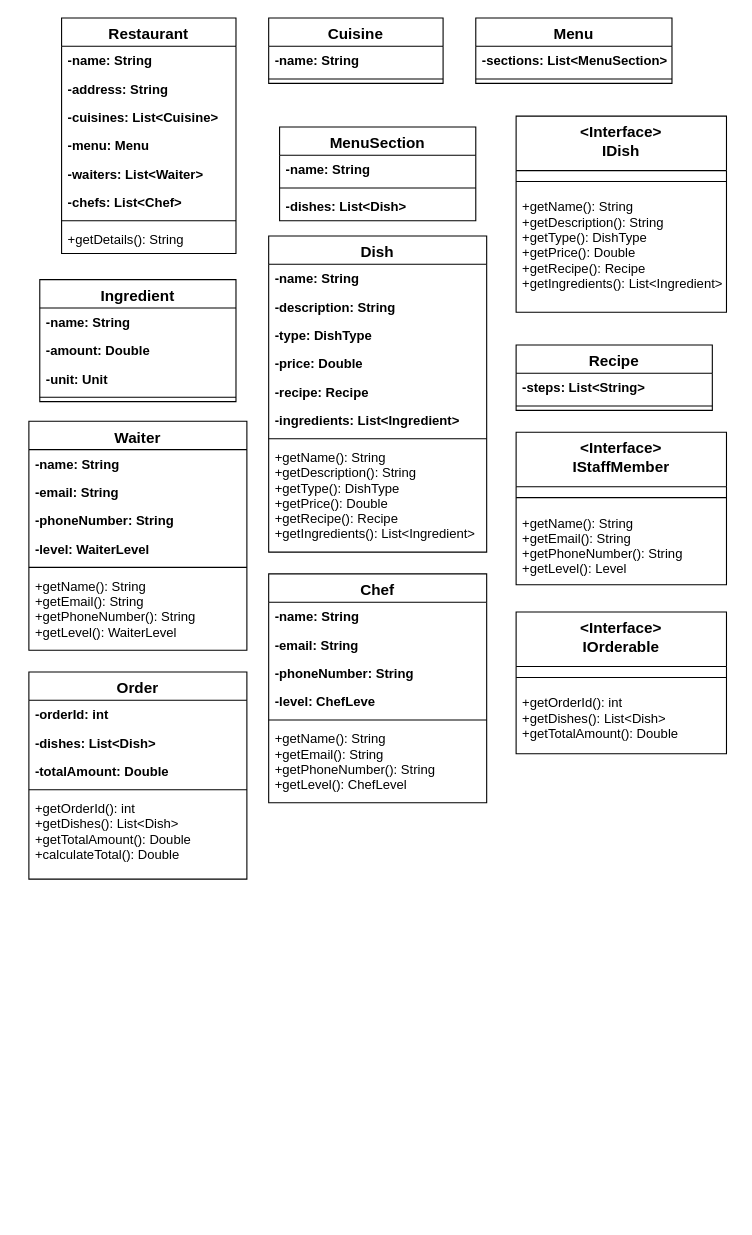
This is Restaurant Management System Class Diagram.drawio from geeky-sanjay/class-diagrams, a draw.io file, before an edit. Source tidied: cells renumbered, new cells numbered last; positions are measured from the earlier drawing's top-left corner, leaving out a move shared by most shapes. Both pictures are drawn from the tidied source at 109%, with x=0, y=0 at pixel (28, 17).
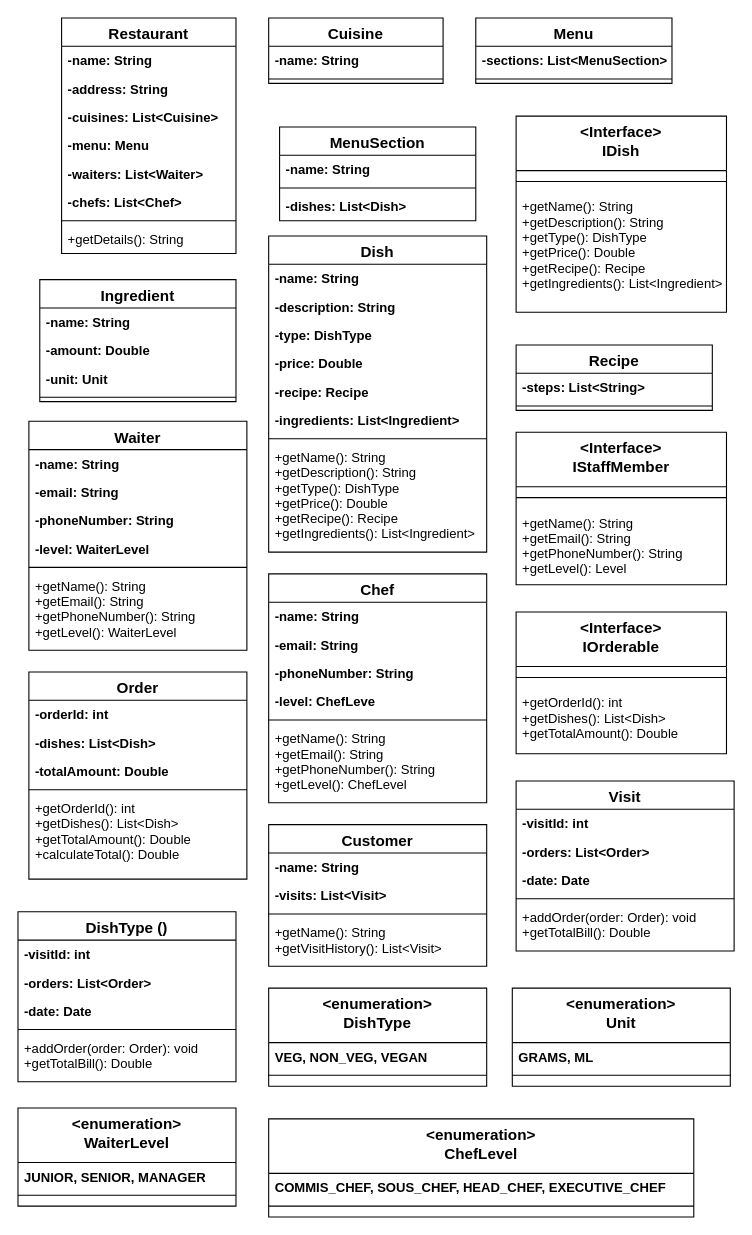
After the change.

What changed in the source:
```diff
@@
+    <mxCell id="67" value="Customer" style="swimlane;fontStyle=1;align=center;verticalAlign=top;horizontal=1;startSize=26;rounded=0;shadow=0;strokeWidth=1;fontSize=14;" parent="1" vertex="1">
+      <mxGeometry x="220" y="740" width="200" height="130" as="geometry" />
+    </mxCell>
+    <mxCell id="68" value="-name: String&#10;" style="text;align=left;verticalAlign=top;spacingLeft=4;spacingRight=4;overflow=hidden;fontStyle=1;" parent="67" vertex="1">
+      <mxGeometry y="26" width="200" height="26" as="geometry" />
+    </mxCell>
+    <mxCell id="69" value="-visits: List&lt;Visit&gt;" style="text;align=left;verticalAlign=top;spacingLeft=4;spacingRight=4;overflow=hidden;rounded=0;shadow=0;html=0;fontStyle=1;" parent="67" vertex="1">
+      <mxGeometry y="52" width="200" height="26" as="geometry" />
+    </mxCell>
+    <mxCell id="70" style="line;html=1;strokeWidth=1;align=left;verticalAlign=middle;spacingTop=-1;spacingLeft=3;spacingRight=3;labelPosition=right;" parent="67" vertex="1">
+      <mxGeometry y="78" width="200" height="8" as="geometry" />
+    </mxCell>
+    <mxCell id="71" value="+getName(): String&#10;+getVisitHistory(): List&lt;Visit&gt;" style="text;align=left;verticalAlign=top;spacingLeft=4;spacingRight=4;overflow=hidden;rounded=0;shadow=0;html=0;" parent="67" vertex="1">
+      <mxGeometry y="86" width="200" height="44" as="geometry" />
+    </mxCell>
+    <mxCell id="72" value="Visit" style="swimlane;fontStyle=1;align=center;verticalAlign=top;horizontal=1;startSize=26;rounded=0;shadow=0;strokeWidth=1;fontSize=14;" parent="1" vertex="1">
+      <mxGeometry x="447" y="700" width="200" height="156" as="geometry" />
+    </mxCell>
+    <mxCell id="73" value="-visitId: int&#10;" style="text;align=left;verticalAlign=top;spacingLeft=4;spacingRight=4;overflow=hidden;fontStyle=1;" parent="72" vertex="1">
+      <mxGeometry y="26" width="200" height="26" as="geometry" />
+    </mxCell>
+    <mxCell id="74" value="-orders: List&lt;Order&gt;" style="text;align=left;verticalAlign=top;spacingLeft=4;spacingRight=4;overflow=hidden;rounded=0;shadow=0;html=0;fontStyle=1;" parent="72" vertex="1">
+      <mxGeometry y="52" width="200" height="26" as="geometry" />
+    </mxCell>
+    <mxCell id="75" value="-date: Date" style="text;align=left;verticalAlign=top;spacingLeft=4;spacingRight=4;overflow=hidden;rounded=0;shadow=0;html=0;fontStyle=1;" parent="72" vertex="1">
+      <mxGeometry y="78" width="200" height="26" as="geometry" />
+    </mxCell>
+    <mxCell id="76" style="line;html=1;strokeWidth=1;align=left;verticalAlign=middle;spacingTop=-1;spacingLeft=3;spacingRight=3;labelPosition=right;" parent="72" vertex="1">
+      <mxGeometry y="104" width="200" height="8" as="geometry" />
+    </mxCell>
+    <mxCell id="77" value="+addOrder(order: Order): void &#10;+getTotalBill(): Double" style="text;align=left;verticalAlign=top;spacingLeft=4;spacingRight=4;overflow=hidden;rounded=0;shadow=0;html=0;" parent="72" vertex="1">
+      <mxGeometry y="112" width="200" height="44" as="geometry" />
+    </mxCell>
+    <mxCell id="78" value="DishType ()" style="swimlane;fontStyle=1;align=center;verticalAlign=top;horizontal=1;startSize=26;rounded=0;shadow=0;strokeWidth=1;fontSize=14;" parent="1" vertex="1">
+      <mxGeometry x="-10" y="820" width="200" height="156" as="geometry" />
+    </mxCell>
+    <mxCell id="79" value="-visitId: int&#10;" style="text;align=left;verticalAlign=top;spacingLeft=4;spacingRight=4;overflow=hidden;fontStyle=1;" parent="78" vertex="1">
+      <mxGeometry y="26" width="200" height="26" as="geometry" />
+    </mxCell>
+    <mxCell id="80" value="-orders: List&lt;Order&gt;" style="text;align=left;verticalAlign=top;spacingLeft=4;spacingRight=4;overflow=hidden;rounded=0;shadow=0;html=0;fontStyle=1;" parent="78" vertex="1">
+      <mxGeometry y="52" width="200" height="26" as="geometry" />
+    </mxCell>
+    <mxCell id="81" value="-date: Date" style="text;align=left;verticalAlign=top;spacingLeft=4;spacingRight=4;overflow=hidden;rounded=0;shadow=0;html=0;fontStyle=1;" parent="78" vertex="1">
+      <mxGeometry y="78" width="200" height="26" as="geometry" />
+    </mxCell>
+    <mxCell id="82" style="line;html=1;strokeWidth=1;align=left;verticalAlign=middle;spacingTop=-1;spacingLeft=3;spacingRight=3;labelPosition=right;" parent="78" vertex="1">
+      <mxGeometry y="104" width="200" height="8" as="geometry" />
+    </mxCell>
+    <mxCell id="83" value="+addOrder(order: Order): void &#10;+getTotalBill(): Double" style="text;align=left;verticalAlign=top;spacingLeft=4;spacingRight=4;overflow=hidden;rounded=0;shadow=0;html=0;" parent="78" vertex="1">
+      <mxGeometry y="112" width="200" height="44" as="geometry" />
+    </mxCell>
+    <mxCell id="84" value="&lt;enumeration&gt;&#10;DishType" style="swimlane;fontStyle=1;align=center;verticalAlign=top;horizontal=1;startSize=50;rounded=0;shadow=0;strokeWidth=1;fontSize=14;" parent="1" vertex="1">
+      <mxGeometry x="220" y="890" width="200" height="90" as="geometry" />
+    </mxCell>
+    <mxCell id="85" value="VEG, NON_VEG, VEGAN&#10;" style="text;align=left;verticalAlign=top;spacingLeft=4;spacingRight=4;overflow=hidden;fontStyle=1;" parent="84" vertex="1">
+      <mxGeometry y="50" width="200" height="26" as="geometry" />
+    </mxCell>
+    <mxCell id="86" style="line;html=1;strokeWidth=1;align=left;verticalAlign=middle;spacingTop=-1;spacingLeft=3;spacingRight=3;labelPosition=right;" parent="84" vertex="1">
+      <mxGeometry y="76" width="200" height="8" as="geometry" />
+    </mxCell>
+    <mxCell id="87" value="&lt;enumeration&gt;&#10;Unit" style="swimlane;fontStyle=1;align=center;verticalAlign=top;horizontal=1;startSize=50;rounded=0;shadow=0;strokeWidth=1;fontSize=14;" parent="1" vertex="1">
+      <mxGeometry x="443.5" y="890" width="200" height="90" as="geometry" />
+    </mxCell>
+    <mxCell id="88" value="GRAMS, ML &#10;" style="text;align=left;verticalAlign=top;spacingLeft=4;spacingRight=4;overflow=hidden;fontStyle=1;" parent="87" vertex="1">
+      <mxGeometry y="50" width="200" height="26" as="geometry" />
+    </mxCell>
+    <mxCell id="89" style="line;html=1;strokeWidth=1;align=left;verticalAlign=middle;spacingTop=-1;spacingLeft=3;spacingRight=3;labelPosition=right;" parent="87" vertex="1">
+      <mxGeometry y="76" width="200" height="8" as="geometry" />
+    </mxCell>
+    <mxCell id="90" value="&lt;enumeration&gt;&#10;WaiterLevel" style="swimlane;fontStyle=1;align=center;verticalAlign=top;horizontal=1;startSize=50;rounded=0;shadow=0;strokeWidth=1;fontSize=14;" parent="1" vertex="1">
+      <mxGeometry x="-10" y="1000" width="200" height="90" as="geometry" />
+    </mxCell>
+    <mxCell id="91" value="JUNIOR, SENIOR, MANAGER&#10;" style="text;align=left;verticalAlign=top;spacingLeft=4;spacingRight=4;overflow=hidden;fontStyle=1;" parent="90" vertex="1">
+      <mxGeometry y="50" width="200" height="26" as="geometry" />
+    </mxCell>
+    <mxCell id="92" style="line;html=1;strokeWidth=1;align=left;verticalAlign=middle;spacingTop=-1;spacingLeft=3;spacingRight=3;labelPosition=right;" parent="90" vertex="1">
+      <mxGeometry y="76" width="200" height="8" as="geometry" />
+    </mxCell>
+    <mxCell id="93" value="&lt;enumeration&gt;&#10;ChefLevel" style="swimlane;fontStyle=1;align=center;verticalAlign=top;horizontal=1;startSize=50;rounded=0;shadow=0;strokeWidth=1;fontSize=14;" parent="1" vertex="1">
+      <mxGeometry x="220" y="1010" width="390" height="90" as="geometry" />
+    </mxCell>
+    <mxCell id="94" value="COMMIS_CHEF, SOUS_CHEF, HEAD_CHEF, EXECUTIVE_CHEF&#10;" style="text;align=left;verticalAlign=top;spacingLeft=4;spacingRight=4;overflow=hidden;fontStyle=1;" parent="93" vertex="1">
+      <mxGeometry y="50" width="390" height="26" as="geometry" />
+    </mxCell>
+    <mxCell id="95" style="line;html=1;strokeWidth=1;align=left;verticalAlign=middle;spacingTop=-1;spacingLeft=3;spacingRight=3;labelPosition=right;" parent="93" vertex="1">
+      <mxGeometry y="76" width="390" height="8" as="geometry" />
+    </mxCell>
```
